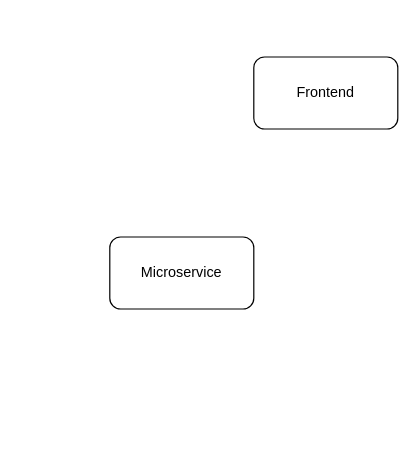
Earlier version of the draw.io diagram ase_architecture.drawio (org-uzh-ase/org.uzh.ase.quiz). Source tidied: cells renumbered, new cells numbered last; positions are measured from the earlier drawing's top-left corner, leaving out a move shared by most shapes. Both pictures are drawn from the tidied source at 120%, with x=0, y=0 at pixel (109, 56).
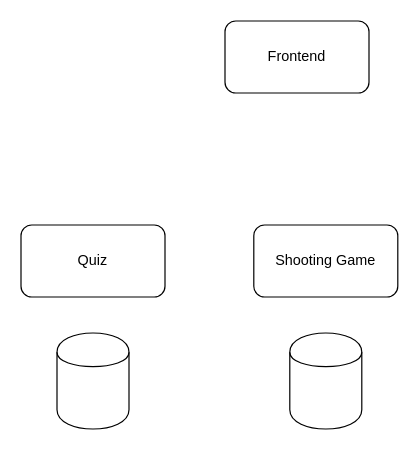
After the change.

Commit message:
added other service

Diff of the diagram source:
```diff
@@
 <mxGraphModel>
   <root>
     <mxCell id="0" />
     <mxCell id="1" parent="0" />
     <mxCell id="2" value="Frontend" style="rounded=1;whiteSpace=wrap;html=1;" parent="1" vertex="1">
-      <mxGeometry x="120" width="120" height="60" as="geometry" />
+      <mxGeometry x="96" y="-30" width="120" height="60" as="geometry" />
     </mxCell>
-    <mxCell id="3" value="Microservice" style="rounded=1;whiteSpace=wrap;html=1;" parent="1" vertex="1">
-      <mxGeometry y="150" width="120" height="60" as="geometry" />
+    <mxCell id="3" value="Quiz" style="rounded=1;whiteSpace=wrap;html=1;" parent="1" vertex="1">
+      <mxGeometry x="-74" y="140" width="120" height="60" as="geometry" />
     </mxCell>
+    <mxCell id="4" style="shape=cylinder;whiteSpace=wrap;html=1;boundedLbl=1;backgroundOutline=1;" parent="1" vertex="1">
+      <mxGeometry x="-44" y="230" width="60" height="80" as="geometry" />
+    </mxCell>
+    <mxCell id="5" value="Shooting Game" style="rounded=1;whiteSpace=wrap;html=1;" parent="1" vertex="1">
+      <mxGeometry x="120" y="140" width="120" height="60" as="geometry" />
+    </mxCell>
+    <mxCell id="6" style="shape=cylinder;whiteSpace=wrap;html=1;boundedLbl=1;backgroundOutline=1;" parent="1" vertex="1">
+      <mxGeometry x="150" y="230" width="60" height="80" as="geometry" />
+    </mxCell>
   </root>
 </mxGraphModel>
```
